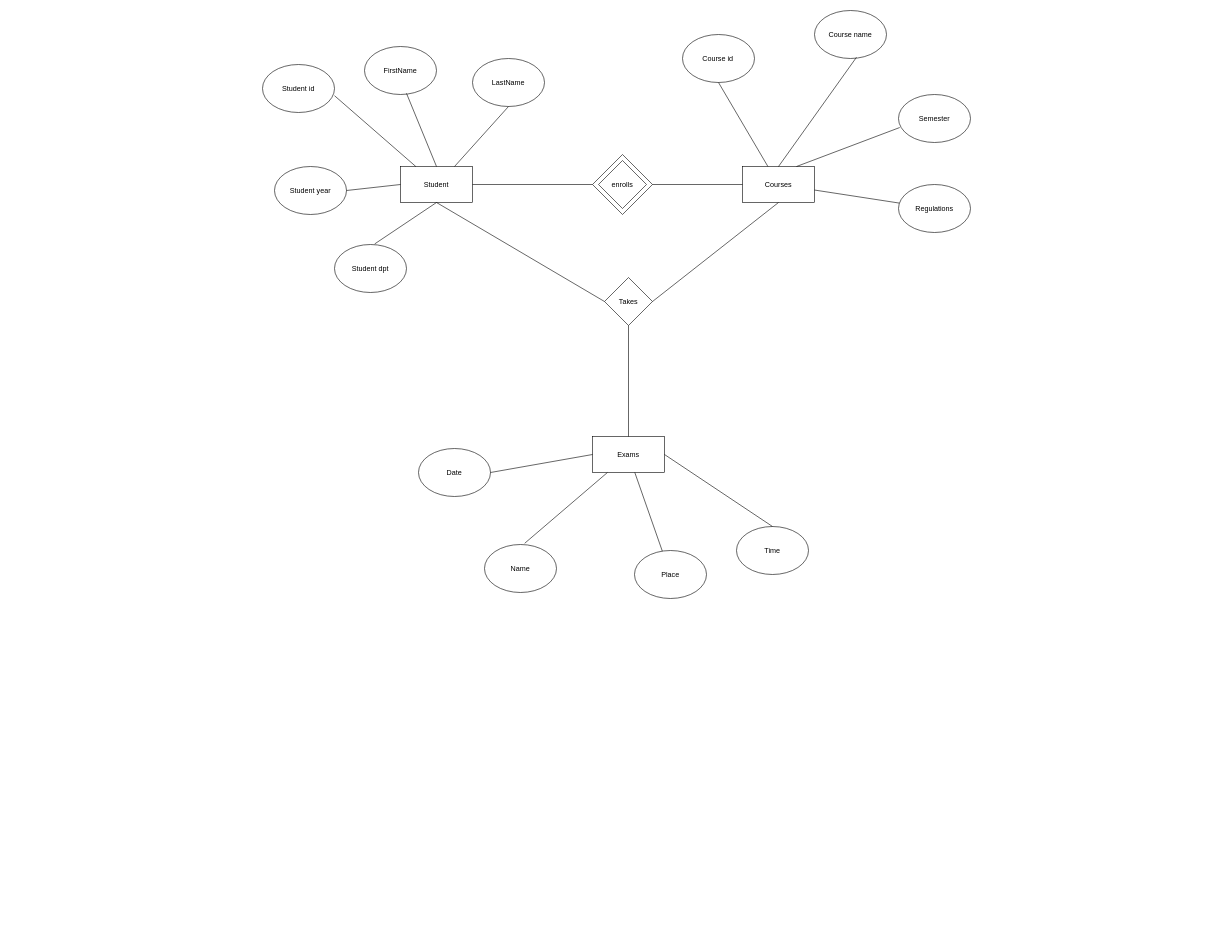
This is Day18/Diagram 1.drawio from nathis468/Assignment_Nathis_2, a draw.io file, before an edit. Source tidied: cells renumbered, new cells numbered last; positions are measured from the earlier drawing's top-left corner, leaving out a move shared by most shapes. Both pictures are drawn from the tidied source at 60%, with x=0, y=0 at pixel (262, 10).
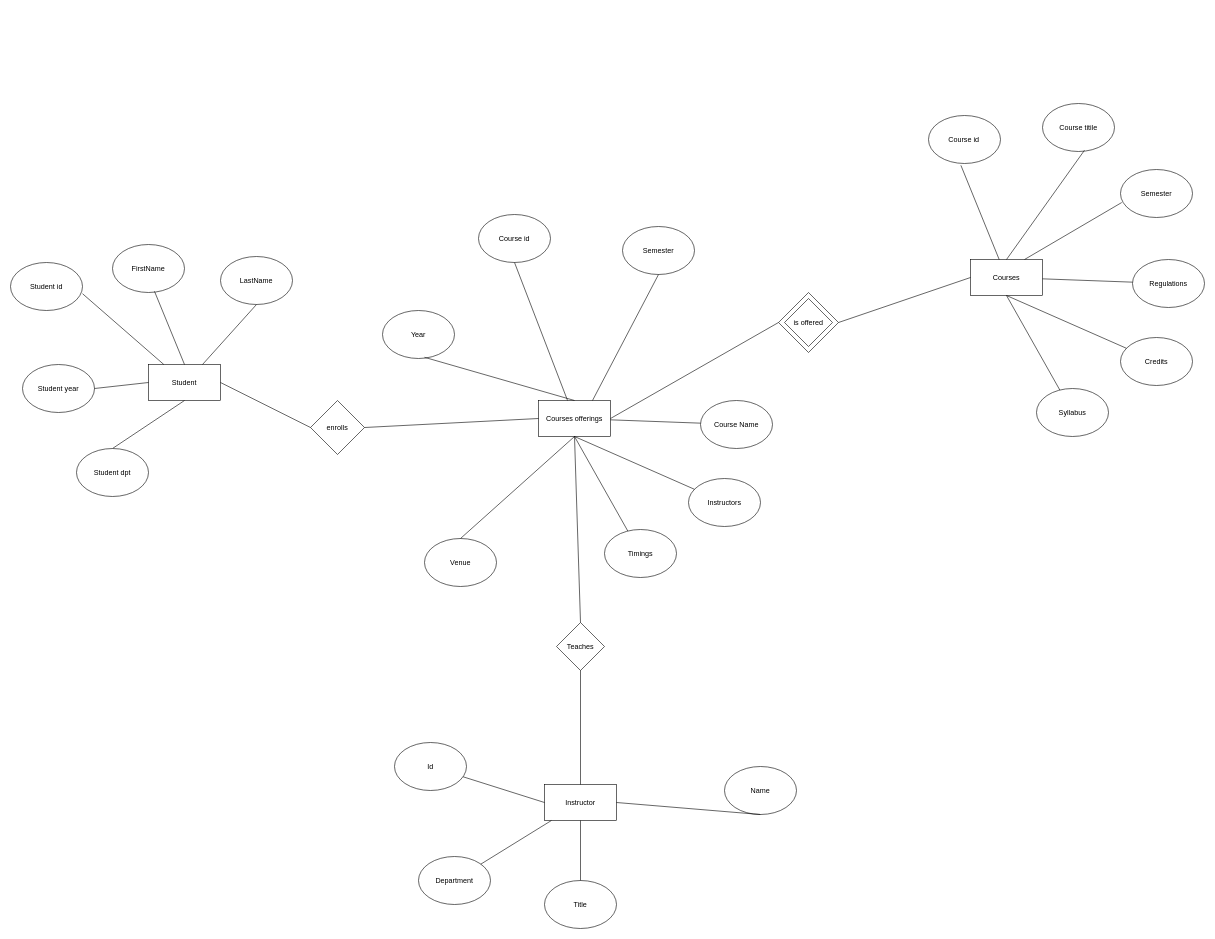
The same page after the edit.

The edit, as a diff of the source:
```diff
@@
-    <mxCell id="2" style="rhombus;whiteSpace=wrap;html=1;" parent="1" vertex="1">
-      <mxGeometry x="550" y="240" width="100" height="100" as="geometry" />
-    </mxCell>
-    <mxCell id="3" value="Date" style="ellipse;whiteSpace=wrap;html=1;shadow=0;" parent="1" vertex="1">
-      <mxGeometry x="260" y="730" width="120" height="80" as="geometry" />
-    </mxCell>
-    <mxCell id="4" value="Exams" style="rounded=0;whiteSpace=wrap;html=1;shadow=0;" parent="1" vertex="1">
-      <mxGeometry x="550" y="710" width="120" height="60" as="geometry" />
-    </mxCell>
-    <mxCell id="5" value="Name" style="ellipse;whiteSpace=wrap;html=1;shadow=0;" parent="1" vertex="1">
-      <mxGeometry x="370" y="890" width="120" height="80" as="geometry" />
-    </mxCell>
-    <mxCell id="6" value="Place" style="ellipse;whiteSpace=wrap;html=1;shadow=0;" parent="1" vertex="1">
-      <mxGeometry x="620" y="900" width="120" height="80" as="geometry" />
-    </mxCell>
-    <mxCell id="7" style="endArrow=none;html=1;rounded=0;entryX=0;entryY=0.5;entryDx=0;entryDy=0;shadow=0;exitX=1;exitY=0.5;exitDx=0;exitDy=0;" parent="1" edge="1" source="3" target="4">
-      <mxGeometry relative="1" as="geometry" />
-    </mxCell>
-    <mxCell id="8" style="endArrow=none;html=1;rounded=0;exitX=0.558;exitY=-0.025;exitDx=0;exitDy=0;exitPerimeter=0;shadow=0;" parent="1" edge="1" source="5" target="4">
-      <mxGeometry relative="1" as="geometry" />
-    </mxCell>
-    <mxCell id="9" style="endArrow=none;html=1;rounded=0;shadow=0;" parent="1" edge="1" source="4" target="6">
-      <mxGeometry relative="1" as="geometry" />
-    </mxCell>
+    <mxCell id="39" style="rhombus;whiteSpace=wrap;html=1;" parent="1" vertex="1">
+      <mxGeometry x="860" y="470" width="100" height="100" as="geometry" />
+    </mxCell>
     <mxCell id="10" value="FirstName" style="ellipse;whiteSpace=wrap;html=1;" parent="1" vertex="1">
-      <mxGeometry x="170" y="60" width="120" height="80" as="geometry" />
+      <mxGeometry x="-250" y="390" width="120" height="80" as="geometry" />
     </mxCell>
     <mxCell id="11" value="Student" style="rounded=0;whiteSpace=wrap;html=1;" parent="1" vertex="1">
-      <mxGeometry x="230" y="260" width="120" height="60" as="geometry" />
+      <mxGeometry x="-190" y="590" width="120" height="60" as="geometry" />
     </mxCell>
     <mxCell id="12" value="Student id" style="ellipse;whiteSpace=wrap;html=1;" parent="1" vertex="1">
-      <mxGeometry y="90" width="120" height="80" as="geometry" />
+      <mxGeometry x="-420" y="420" width="120" height="80" as="geometry" />
     </mxCell>
-    <mxCell id="13" value="Student dpt" style="ellipse;whiteSpace=wrap;html=1;" parent="1" vertex="1">
-      <mxGeometry x="120" y="390" width="120" height="80" as="geometry" />
-    </mxCell>
     <mxCell id="14" value="Student year" style="ellipse;whiteSpace=wrap;html=1;" parent="1" vertex="1">
-      <mxGeometry x="20" y="260" width="120" height="80" as="geometry" />
+      <mxGeometry x="-400" y="590" width="120" height="80" as="geometry" />
     </mxCell>
     <mxCell id="15" value="LastName" style="ellipse;whiteSpace=wrap;html=1;" parent="1" vertex="1">
-      <mxGeometry x="350" y="80" width="120" height="80" as="geometry" />
+      <mxGeometry x="-70" y="410" width="120" height="80" as="geometry" />
     </mxCell>
@@
-    <mxCell id="20" style="endArrow=none;html=1;rounded=0;exitX=0.5;exitY=1;exitDx=0;exitDy=0;entryX=0.558;entryY=-0.012;entryDx=0;entryDy=0;entryPerimeter=0;" parent="1" edge="1" source="11" target="13">
+    <mxCell id="20" style="endArrow=none;html=1;rounded=0;exitX=0.5;exitY=1;exitDx=0;exitDy=0;entryX=0.5;entryY=0;entryDx=0;entryDy=0;" parent="1" edge="1" source="11" target="13">
       <mxGeometry relative="1" as="geometry" />
     </mxCell>
-    <mxCell id="21" value="enrolls" style="rhombus;whiteSpace=wrap;html=1;" parent="1" vertex="1">
-      <mxGeometry x="560" y="250" width="80" height="80" as="geometry" />
-    </mxCell>
-    <mxCell id="22" value="Course name" style="ellipse;whiteSpace=wrap;html=1;" parent="1" vertex="1">
-      <mxGeometry x="920" width="120" height="80" as="geometry" />
-    </mxCell>
+    <mxCell id="40" value="is offered" style="rhombus;whiteSpace=wrap;html=1;" parent="1" vertex="1">
+      <mxGeometry x="870" y="480" width="80" height="80" as="geometry" />
+    </mxCell>
+    <mxCell id="41" value="Course titile" style="ellipse;whiteSpace=wrap;html=1;" parent="1" vertex="1">
+      <mxGeometry x="1300" y="155" width="120" height="80" as="geometry" />
+    </mxCell>
     <mxCell id="23" value="Courses" style="rounded=0;whiteSpace=wrap;html=1;" parent="1" vertex="1">
-      <mxGeometry x="800" y="260" width="120" height="60" as="geometry" />
+      <mxGeometry x="1180" y="415" width="120" height="60" as="geometry" />
     </mxCell>
     <mxCell id="24" value="Course id&lt;span style=&quot;white-space: pre;&quot;&gt;&#9;&lt;/span&gt;" style="ellipse;whiteSpace=wrap;html=1;" parent="1" vertex="1">
-      <mxGeometry x="700" y="40" width="120" height="80" as="geometry" />
+      <mxGeometry x="1110" y="175" width="120" height="80" as="geometry" />
     </mxCell>
     <mxCell id="25" value="Regulations" style="ellipse;whiteSpace=wrap;html=1;" parent="1" vertex="1">
-      <mxGeometry x="1060" y="290" width="120" height="80" as="geometry" />
+      <mxGeometry x="1450" y="415" width="120" height="80" as="geometry" />
     </mxCell>
-    <mxCell id="26" value="Semester" style="ellipse;whiteSpace=wrap;html=1;" parent="1" vertex="1">
-      <mxGeometry x="1060" y="140" width="120" height="80" as="geometry" />
-    </mxCell>
-    <mxCell id="27" style="endArrow=none;html=1;rounded=0;exitX=0.583;exitY=0.975;exitDx=0;exitDy=0;exitPerimeter=0;entryX=0.5;entryY=0;entryDx=0;entryDy=0;" parent="1" edge="1" source="22" target="23">
-      <mxGeometry relative="1" as="geometry" />
-    </mxCell>
+    <mxCell id="42" value="Semester" style="ellipse;whiteSpace=wrap;html=1;" parent="1" vertex="1">
+      <mxGeometry x="1430" y="265" width="120" height="80" as="geometry" />
+    </mxCell>
+    <mxCell id="43" style="endArrow=none;html=1;rounded=0;exitX=0.583;exitY=0.975;exitDx=0;exitDy=0;exitPerimeter=0;entryX=0.5;entryY=0;entryDx=0;entryDy=0;" parent="1" edge="1" source="41" target="23">
+      <mxGeometry relative="1" as="geometry" />
+    </mxCell>
-    <mxCell id="28" style="endArrow=none;html=1;rounded=0;exitX=0.5;exitY=1;exitDx=0;exitDy=0;" parent="1" edge="1" source="24" target="23">
+    <mxCell id="28" style="endArrow=none;html=1;rounded=0;exitX=0.45;exitY=1.038;exitDx=0;exitDy=0;exitPerimeter=0;" parent="1" edge="1" source="24" target="23">
       <mxGeometry relative="1" as="geometry" />
     </mxCell>
@@
-    <mxCell id="30" style="endArrow=none;html=1;rounded=0;exitX=0.017;exitY=0.688;exitDx=0;exitDy=0;entryX=0.75;entryY=0;entryDx=0;entryDy=0;exitPerimeter=0;" parent="1" edge="1" source="26" target="23">
-      <mxGeometry relative="1" as="geometry" />
-    </mxCell>
-    <mxCell id="31" style="endArrow=none;html=1;rounded=0;exitX=0;exitY=0.5;exitDx=0;exitDy=0;entryX=1;entryY=0.5;entryDx=0;entryDy=0;" parent="1" edge="1" source="2" target="11">
-      <mxGeometry relative="1" as="geometry" />
-    </mxCell>
-    <mxCell id="32" style="endArrow=none;html=1;rounded=0;exitX=0;exitY=0.5;exitDx=0;exitDy=0;" parent="1" edge="1" source="23">
-      <mxGeometry relative="1" as="geometry">
-        <mxPoint x="650" y="290" as="targetPoint" />
-      </mxGeometry>
-    </mxCell>
-    <mxCell id="33" value="Time" style="ellipse;whiteSpace=wrap;html=1;" parent="1" vertex="1">
-      <mxGeometry x="790" y="860" width="120" height="80" as="geometry" />
-    </mxCell>
-    <mxCell id="34" style="endArrow=none;html=1;rounded=0;exitX=1;exitY=0.5;exitDx=0;exitDy=0;entryX=0.5;entryY=0;entryDx=0;entryDy=0;" parent="1" edge="1" source="4" target="33">
-      <mxGeometry relative="1" as="geometry" />
-    </mxCell>
-    <mxCell id="35" value="Takes" style="rhombus;whiteSpace=wrap;html=1;" parent="1" vertex="1">
-      <mxGeometry x="570" y="445" width="80" height="80" as="geometry" />
-    </mxCell>
-    <mxCell id="36" style="endArrow=none;html=1;rounded=0;exitX=1;exitY=0.5;exitDx=0;exitDy=0;entryX=0.5;entryY=1;entryDx=0;entryDy=0;" parent="1" edge="1" source="35" target="23">
-      <mxGeometry relative="1" as="geometry" />
-    </mxCell>
-    <mxCell id="37" style="endArrow=none;html=1;rounded=0;exitX=0.5;exitY=1;exitDx=0;exitDy=0;entryX=0;entryY=0.5;entryDx=0;entryDy=0;" parent="1" edge="1" source="11" target="35">
-      <mxGeometry relative="1" as="geometry" />
-    </mxCell>
-    <mxCell id="38" style="endArrow=none;html=1;rounded=0;exitX=0.5;exitY=1;exitDx=0;exitDy=0;entryX=0.5;entryY=0;entryDx=0;entryDy=0;" parent="1" edge="1" source="35" target="4">
-      <mxGeometry relative="1" as="geometry" />
-    </mxCell>
+    <mxCell id="44" style="endArrow=none;html=1;rounded=0;exitX=0.017;exitY=0.688;exitDx=0;exitDy=0;entryX=0.75;entryY=0;entryDx=0;entryDy=0;exitPerimeter=0;" parent="1" edge="1" source="42" target="23">
+      <mxGeometry relative="1" as="geometry" />
+    </mxCell>
+    <mxCell id="13" value="Student dpt" style="ellipse;whiteSpace=wrap;html=1;" parent="1" vertex="1">
+      <mxGeometry x="-310" y="730" width="120" height="80" as="geometry" />
+    </mxCell>
+    <mxCell id="45" value="Teaches" style="rhombus;whiteSpace=wrap;html=1;" parent="1" vertex="1">
+      <mxGeometry x="490" y="1020" width="80" height="80" as="geometry" />
+    </mxCell>
+    <mxCell id="46" value="Id" style="ellipse;whiteSpace=wrap;html=1;" parent="1" vertex="1">
+      <mxGeometry x="220" y="1220" width="120" height="80" as="geometry" />
+    </mxCell>
+    <mxCell id="47" value="Instructor" style="rounded=0;whiteSpace=wrap;html=1;" parent="1" vertex="1">
+      <mxGeometry x="470" y="1290" width="120" height="60" as="geometry" />
+    </mxCell>
+    <mxCell id="48" value="Department" style="ellipse;whiteSpace=wrap;html=1;" parent="1" vertex="1">
+      <mxGeometry x="260" y="1410" width="120" height="80" as="geometry" />
+    </mxCell>
+    <mxCell id="49" value="Title" style="ellipse;whiteSpace=wrap;html=1;" parent="1" vertex="1">
+      <mxGeometry x="470" y="1450" width="120" height="80" as="geometry" />
+    </mxCell>
+    <mxCell id="5" value="Name" style="ellipse;whiteSpace=wrap;html=1;" parent="1" vertex="1">
+      <mxGeometry x="770" y="1260" width="120" height="80" as="geometry" />
+    </mxCell>
+    <mxCell id="50" style="endArrow=none;html=1;rounded=0;entryX=0;entryY=0.5;entryDx=0;entryDy=0;" parent="1" edge="1" source="46" target="47">
+      <mxGeometry relative="1" as="geometry" />
+    </mxCell>
+    <mxCell id="51" style="endArrow=none;html=1;rounded=0;" parent="1" edge="1" source="48" target="47">
+      <mxGeometry relative="1" as="geometry" />
+    </mxCell>
+    <mxCell id="52" style="endArrow=none;html=1;rounded=0;" parent="1" edge="1" source="47" target="49">
+      <mxGeometry relative="1" as="geometry" />
+    </mxCell>
+    <mxCell id="53" style="endArrow=none;html=1;rounded=0;exitX=0.5;exitY=1;exitDx=0;exitDy=0;entryX=1;entryY=0.5;entryDx=0;entryDy=0;" parent="1" edge="1" source="5" target="47">
+      <mxGeometry relative="1" as="geometry" />
+    </mxCell>
+    <mxCell id="54" style="endArrow=none;html=1;rounded=0;exitX=0.5;exitY=1;exitDx=0;exitDy=0;entryX=0.5;entryY=0;entryDx=0;entryDy=0;" parent="1" edge="1" source="45" target="47">
+      <mxGeometry relative="1" as="geometry" />
+    </mxCell>
+    <mxCell id="55" value="Credits" style="ellipse;whiteSpace=wrap;html=1;" parent="1" vertex="1">
+      <mxGeometry x="1430" y="545" width="120" height="80" as="geometry" />
+    </mxCell>
+    <mxCell id="56" style="endArrow=none;html=1;rounded=0;exitX=0.5;exitY=1;exitDx=0;exitDy=0;" parent="1" edge="1" source="23" target="55">
+      <mxGeometry relative="1" as="geometry" />
+    </mxCell>
+    <mxCell id="57" value="Syllabus" style="ellipse;whiteSpace=wrap;html=1;" parent="1" vertex="1">
+      <mxGeometry x="1290" y="630" width="120" height="80" as="geometry" />
+    </mxCell>
+    <mxCell id="58" style="endArrow=none;html=1;rounded=0;exitX=0.5;exitY=1;exitDx=0;exitDy=0;" parent="1" edge="1" source="23" target="57">
+      <mxGeometry relative="1" as="geometry" />
+    </mxCell>
+    <mxCell id="59" value="Year" style="ellipse;whiteSpace=wrap;html=1;" parent="1" vertex="1">
+      <mxGeometry x="200" y="500" width="120" height="80" as="geometry" />
+    </mxCell>
+    <mxCell id="60" value="Courses offerings" style="rounded=0;whiteSpace=wrap;html=1;" parent="1" vertex="1">
+      <mxGeometry x="460" y="650" width="120" height="60" as="geometry" />
+    </mxCell>
+    <mxCell id="61" value="Course id" style="ellipse;whiteSpace=wrap;html=1;" parent="1" vertex="1">
+      <mxGeometry x="360" y="340" width="120" height="80" as="geometry" />
+    </mxCell>
+    <mxCell id="62" value="Course Name" style="ellipse;whiteSpace=wrap;html=1;" parent="1" vertex="1">
+      <mxGeometry x="730" y="650" width="120" height="80" as="geometry" />
+    </mxCell>
+    <mxCell id="63" value="Semester" style="ellipse;whiteSpace=wrap;html=1;" parent="1" vertex="1">
+      <mxGeometry x="600" y="360" width="120" height="80" as="geometry" />
+    </mxCell>
+    <mxCell id="64" style="endArrow=none;html=1;rounded=0;exitX=0.583;exitY=0.975;exitDx=0;exitDy=0;exitPerimeter=0;entryX=0.5;entryY=0;entryDx=0;entryDy=0;" parent="1" edge="1" source="59" target="60">
+      <mxGeometry relative="1" as="geometry" />
+    </mxCell>
+    <mxCell id="65" style="endArrow=none;html=1;rounded=0;exitX=0.5;exitY=1;exitDx=0;exitDy=0;" parent="1" edge="1" source="61" target="60">
+      <mxGeometry relative="1" as="geometry" />
+    </mxCell>
+    <mxCell id="66" style="endArrow=none;html=1;rounded=0;" parent="1" edge="1" source="60" target="62">
+      <mxGeometry relative="1" as="geometry" />
+    </mxCell>
+    <mxCell id="67" style="endArrow=none;html=1;rounded=0;exitX=0.5;exitY=1;exitDx=0;exitDy=0;entryX=0.75;entryY=0;entryDx=0;entryDy=0;" parent="1" edge="1" source="63" target="60">
+      <mxGeometry relative="1" as="geometry" />
+    </mxCell>
+    <mxCell id="68" value="Instructors" style="ellipse;whiteSpace=wrap;html=1;" parent="1" vertex="1">
+      <mxGeometry x="710" y="780" width="120" height="80" as="geometry" />
+    </mxCell>
+    <mxCell id="69" style="endArrow=none;html=1;rounded=0;exitX=0.5;exitY=1;exitDx=0;exitDy=0;" parent="1" edge="1" source="60" target="68">
+      <mxGeometry relative="1" as="geometry" />
+    </mxCell>
+    <mxCell id="70" value="Timings" style="ellipse;whiteSpace=wrap;html=1;" parent="1" vertex="1">
+      <mxGeometry x="570" y="865" width="120" height="80" as="geometry" />
+    </mxCell>
+    <mxCell id="71" style="endArrow=none;html=1;rounded=0;exitX=0.5;exitY=1;exitDx=0;exitDy=0;" parent="1" edge="1" source="60" target="70">
+      <mxGeometry relative="1" as="geometry" />
+    </mxCell>
+    <mxCell id="72" value="Venue" style="ellipse;whiteSpace=wrap;html=1;" parent="1" vertex="1">
+      <mxGeometry x="270" y="880" width="120" height="80" as="geometry" />
+    </mxCell>
+    <mxCell id="73" style="endArrow=none;html=1;rounded=0;entryX=0.5;entryY=1;entryDx=0;entryDy=0;exitX=0.5;exitY=0;exitDx=0;exitDy=0;" parent="1" edge="1" source="72" target="60">
+      <mxGeometry relative="1" as="geometry" />
+    </mxCell>
+    <mxCell id="74" style="endArrow=none;html=1;rounded=0;exitX=1;exitY=0.5;exitDx=0;exitDy=0;entryX=0;entryY=0.5;entryDx=0;entryDy=0;" parent="1" edge="1" source="60" target="39">
+      <mxGeometry relative="1" as="geometry" />
+    </mxCell>
+    <mxCell id="75" style="endArrow=none;html=1;rounded=0;exitX=1;exitY=0.5;exitDx=0;exitDy=0;entryX=0;entryY=0.5;entryDx=0;entryDy=0;" parent="1" edge="1" source="39" target="23">
+      <mxGeometry relative="1" as="geometry" />
+    </mxCell>
+    <mxCell id="76" style="endArrow=none;html=1;rounded=0;exitX=0.5;exitY=0;exitDx=0;exitDy=0;entryX=0.5;entryY=1;entryDx=0;entryDy=0;" parent="1" edge="1" source="45" target="60">
+      <mxGeometry relative="1" as="geometry" />
+    </mxCell>
+    <mxCell id="21" value="enrolls" style="rhombus;whiteSpace=wrap;html=1;" parent="1" vertex="1">
+      <mxGeometry x="80" y="650" width="90" height="90" as="geometry" />
+    </mxCell>
+    <mxCell id="77" style="endArrow=none;html=1;rounded=0;exitX=1;exitY=0.5;exitDx=0;exitDy=0;entryX=0;entryY=0.5;entryDx=0;entryDy=0;" parent="1" edge="1" source="11" target="21">
+      <mxGeometry relative="1" as="geometry" />
+    </mxCell>
+    <mxCell id="78" style="endArrow=none;html=1;rounded=0;entryX=1;entryY=0.5;entryDx=0;entryDy=0;exitX=0;exitY=0.5;exitDx=0;exitDy=0;" parent="1" edge="1" source="60" target="21">
+      <mxGeometry relative="1" as="geometry" />
+    </mxCell>
```
